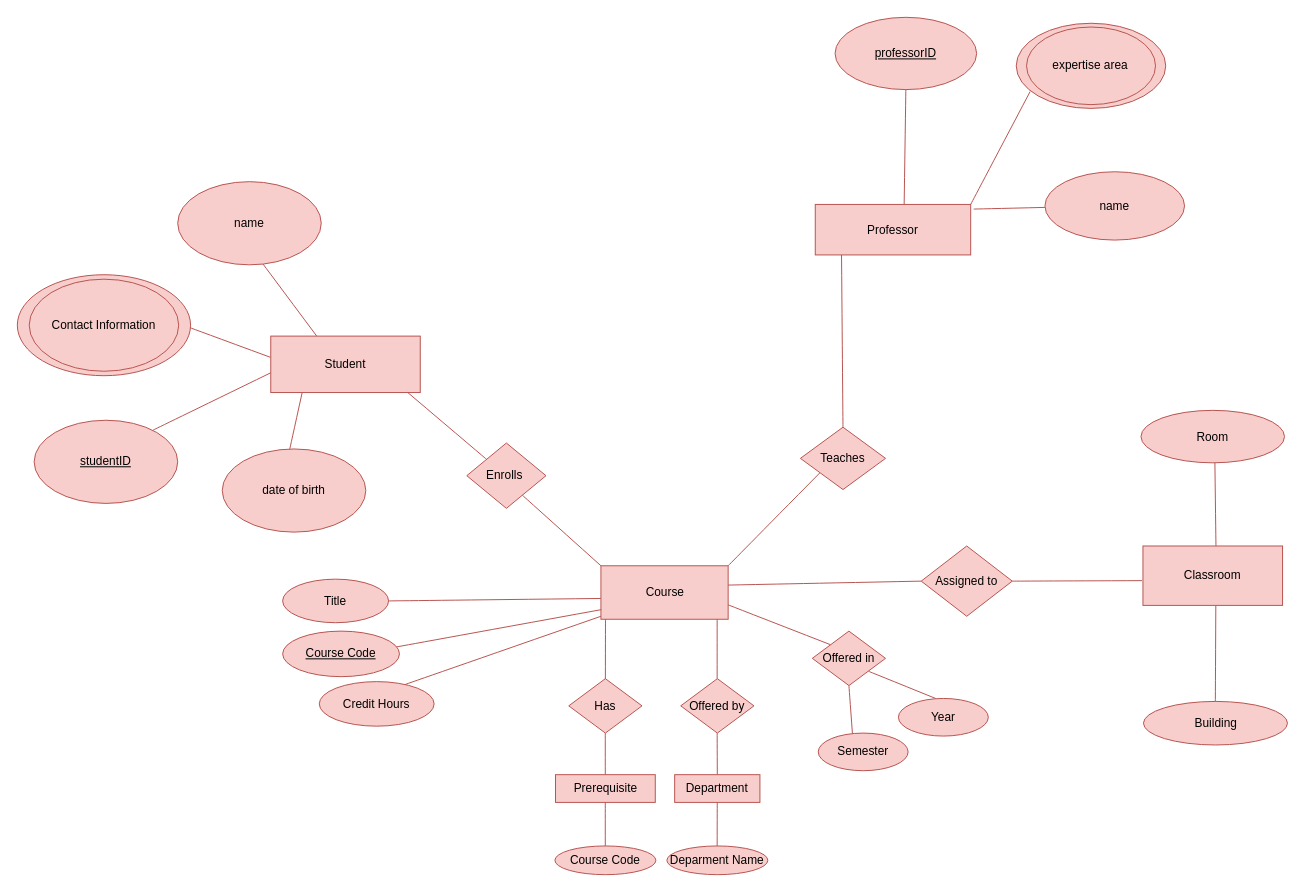
Gkcoli/Coli keeps this draw.io diagram as ER Diagram.drawio. Above is the earlier version. Source tidied: cells renumbered, new cells numbered last; positions are measured from the earlier drawing's top-left corner, leaving out a move shared by most shapes. Both pictures are drawn from the tidied source at 99%, with x=0, y=0 at pixel (17, 17).
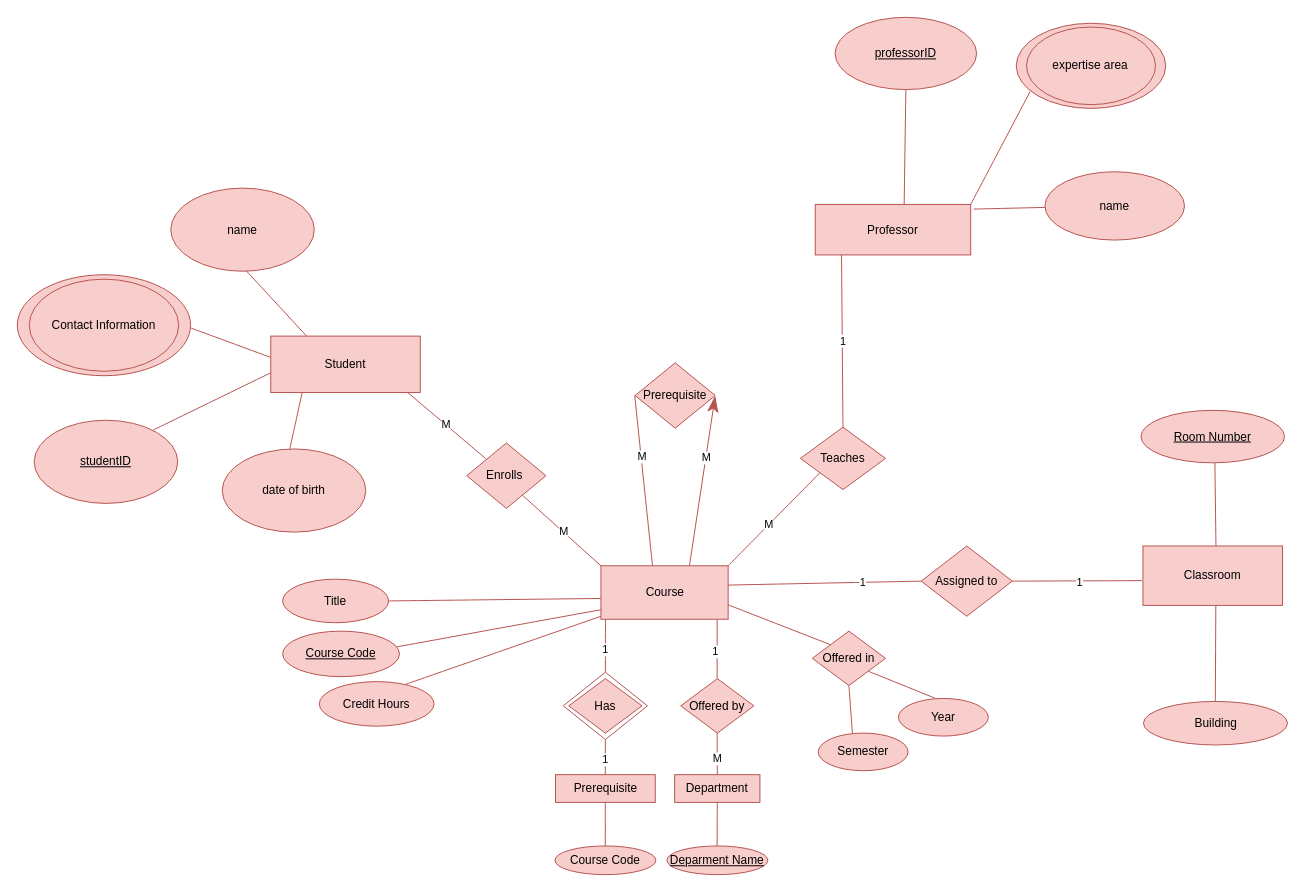
Above is the later version.

The change refers to these unchanged cells:
```xml
<mxCell id="5" value="Student" style="rounded=0;whiteSpace=wrap;html=1;fillColor=#f8cecc;strokeColor=#b85450;" parent="1" vertex="1">
  <mxGeometry x="256" y="322" width="151" height="57" as="geometry" />
</mxCell>
<mxCell id="7" value="Course" style="rounded=0;whiteSpace=wrap;html=1;fillColor=#f8cecc;strokeColor=#b85450;" parent="1" vertex="1">
  <mxGeometry x="589.5" y="554" width="128.5" height="54" as="geometry" />
</mxCell>
<mxCell id="8" style="edgeStyle=none;jettySize=auto;html=1;rounded=0;endArrow=none;startSize=14;endSize=14;sourcePerimeterSpacing=8;targetPerimeterSpacing=8;curved=1;endFill=0;exitX=1;exitY=0;exitDx=0;exitDy=0;entryX=0.228;entryY=0.732;entryDx=0;entryDy=0;entryPerimeter=0;fillColor=#f8cecc;strokeColor=#b85450;" parent="1" edge="1" source="7" target="9">
  <mxGeometry relative="1" as="geometry" />
</mxCell>
<mxCell id="10" style="edgeStyle=none;jettySize=auto;html=1;rounded=0;endArrow=none;startSize=14;endSize=14;sourcePerimeterSpacing=8;targetPerimeterSpacing=8;curved=1;exitX=0.5;exitY=0;exitDx=0;exitDy=0;endFill=0;entryX=0.169;entryY=0.995;entryDx=0;entryDy=0;entryPerimeter=0;fillColor=#f8cecc;strokeColor=#b85450;" parent="1" edge="1" source="9" target="11">
  <mxGeometry relative="1" as="geometry" />
</mxCell>
<mxCell id="12" style="edgeStyle=none;jettySize=auto;html=1;rounded=0;endArrow=none;startSize=14;endSize=14;sourcePerimeterSpacing=8;targetPerimeterSpacing=8;curved=1;endFill=0;exitX=1;exitY=0.361;exitDx=0;exitDy=0;entryX=0;entryY=0.5;entryDx=0;entryDy=0;exitPerimeter=0;fillColor=#f8cecc;strokeColor=#b85450;" parent="1" edge="1" source="7" target="13">
  <mxGeometry relative="1" as="geometry" />
</mxCell>
<mxCell id="21" style="edgeStyle=none;curved=1;rounded=0;jettySize=auto;html=1;endArrow=none;startSize=14;endSize=14;sourcePerimeterSpacing=8;targetPerimeterSpacing=8;endFill=0;exitX=1;exitY=0.5;exitDx=0;exitDy=0;fillColor=#f8cecc;strokeColor=#b85450;" parent="1" edge="1" source="13">
  <mxGeometry relative="1" as="geometry">
    <mxPoint x="1136" y="569" as="targetPoint" />
  </mxGeometry>
</mxCell>
<mxCell id="27" style="edgeStyle=none;jettySize=auto;html=1;rounded=0;endArrow=none;startSize=14;endSize=14;sourcePerimeterSpacing=8;targetPerimeterSpacing=8;curved=1;exitX=0.702;exitY=0.799;exitDx=0;exitDy=0;exitPerimeter=0;entryX=0;entryY=0;entryDx=0;entryDy=0;endFill=0;fillColor=#f8cecc;strokeColor=#b85450;" parent="1" edge="1" source="6" target="7">
  <mxGeometry relative="1" as="geometry" />
</mxCell>
<mxCell id="28" style="edgeStyle=none;jettySize=auto;html=1;rounded=0;endArrow=none;startSize=14;endSize=14;sourcePerimeterSpacing=8;targetPerimeterSpacing=8;curved=1;entryX=0.916;entryY=0.999;entryDx=0;entryDy=0;entryPerimeter=0;exitX=0;exitY=0;exitDx=0;exitDy=0;endFill=0;fillColor=#f8cecc;strokeColor=#b85450;" parent="1" edge="1" source="6" target="5">
  <mxGeometry relative="1" as="geometry" />
</mxCell>
<mxCell id="56" style="edgeStyle=none;orthogonalLoop=1;jettySize=auto;html=1;rounded=0;endArrow=none;startSize=14;endSize=14;sourcePerimeterSpacing=8;targetPerimeterSpacing=8;curved=1;endFill=0;fillColor=#f8cecc;strokeColor=#b85450;entryX=0.5;entryY=0;entryDx=0;entryDy=0;" parent="1" edge="1">
  <mxGeometry relative="1" as="geometry">
    <mxPoint x="706.9" y="608" as="sourcePoint" />
    <mxPoint x="706.9" y="668" as="targetPoint" />
  </mxGeometry>
</mxCell>
<mxCell id="57" style="edgeStyle=none;jettySize=auto;html=1;rounded=0;endArrow=none;startSize=14;endSize=14;sourcePerimeterSpacing=8;targetPerimeterSpacing=8;curved=1;endFill=0;fillColor=#f8cecc;strokeColor=#b85450;entryX=0.5;entryY=0;entryDx=0;entryDy=0;" parent="1" edge="1" target="58">
  <mxGeometry relative="1" as="geometry">
    <mxPoint x="706.9" y="723" as="sourcePoint" />
  </mxGeometry>
</mxCell>
```

Diff of the diagram source:
```diff
@@
     <mxCell id="3" value="name" style="ellipse;whiteSpace=wrap;html=1;fillColor=#f8cecc;strokeColor=#b85450;" parent="1" vertex="1">
-      <mxGeometry x="162" y="166" width="145" height="84" as="geometry" />
+      <mxGeometry x="155" y="172.5" width="145" height="84" as="geometry" />
     </mxCell>
@@
+    <mxCell id="61" value="M" style="edgeLabel;html=1;align=center;verticalAlign=middle;" parent="8" vertex="1">
+      <mxGeometry x="-0.1" y="1" relative="1" as="geometry" />
+    </mxCell>
@@
+    <mxCell id="62" value="1" style="edgeLabel;html=1;align=center;verticalAlign=middle;" parent="10" vertex="1">
+      <mxGeometry x="0.01" relative="1" as="geometry" />
+    </mxCell>
@@
+    <mxCell id="63" value="1" style="edgeLabel;html=1;align=center;verticalAlign=middle;" parent="12" vertex="1">
+      <mxGeometry x="0.39" relative="1" as="geometry" />
+    </mxCell>
@@
-    <mxCell id="17" style="edgeStyle=none;jettySize=auto;html=1;rounded=0;endArrow=none;startSize=14;endSize=14;sourcePerimeterSpacing=8;targetPerimeterSpacing=8;curved=1;endFill=0;exitX=0.594;exitY=0.99;exitDx=0;exitDy=0;exitPerimeter=0;entryX=0.307;entryY=-0.002;entryDx=0;entryDy=0;entryPerimeter=0;fillColor=#f8cecc;strokeColor=#b85450;" parent="1" edge="1" source="3" target="5">
-      <mxGeometry relative="1" as="geometry" />
+    <mxCell id="17" style="edgeStyle=none;orthogonalLoop=1;jettySize=auto;html=1;rounded=0;endArrow=none;startSize=14;endSize=14;sourcePerimeterSpacing=8;targetPerimeterSpacing=8;curved=1;endFill=0;exitX=0.594;exitY=0.99;exitDx=0;exitDy=0;exitPerimeter=0;entryX=0.307;entryY=-0.002;entryDx=0;entryDy=0;entryPerimeter=0;fillColor=#f8cecc;strokeColor=#b85450;" parent="1" edge="1">
+      <mxGeometry relative="1" as="geometry">
+        <mxPoint x="231" y="255.8" as="sourcePoint" />
+        <mxPoint x="292.2" y="322" as="targetPoint" />
+      </mxGeometry>
     </mxCell>
@@
+    <mxCell id="64" value="1" style="edgeLabel;html=1;align=center;verticalAlign=middle;" parent="21" vertex="1">
+      <mxGeometry x="0.02" y="-1" relative="1" as="geometry" />
+    </mxCell>
@@
-    <mxCell id="25" value="Room" style="ellipse;whiteSpace=wrap;html=1;fillColor=#f8cecc;strokeColor=#b85450;" parent="1" vertex="1">
+    <mxCell id="25" value="&lt;u&gt;Room Number&lt;/u&gt;" style="ellipse;whiteSpace=wrap;html=1;fillColor=#f8cecc;strokeColor=#b85450;" parent="1" vertex="1">
       <mxGeometry x="1135" y="397" width="145" height="53" as="geometry" />
     </mxCell>
@@
+    <mxCell id="65" value="M" style="edgeLabel;html=1;align=center;verticalAlign=middle;" parent="27" vertex="1">
+      <mxGeometry x="0.01" y="1" relative="1" as="geometry" />
+    </mxCell>
@@
+    <mxCell id="66" value="M" style="edgeLabel;html=1;align=center;verticalAlign=middle;" parent="28" vertex="1">
+      <mxGeometry x="0.06" y="-1" relative="1" as="geometry" />
+    </mxCell>
@@
-    <mxCell id="49" style="edgeStyle=none;orthogonalLoop=1;jettySize=auto;html=1;rounded=0;endArrow=none;startSize=14;endSize=14;sourcePerimeterSpacing=8;targetPerimeterSpacing=8;curved=1;endFill=0;fillColor=#f8cecc;strokeColor=#b85450;" parent="1" edge="1">
+    <mxCell id="49" style="edgeStyle=none;jettySize=auto;html=1;rounded=0;endArrow=none;startSize=14;endSize=14;sourcePerimeterSpacing=8;targetPerimeterSpacing=8;curved=1;endFill=0;fillColor=#f8cecc;strokeColor=#b85450;entryX=0.5;entryY=0;entryDx=0;entryDy=0;" parent="1" edge="1" target="71">
       <mxGeometry relative="1" as="geometry">
         <mxPoint x="594.1" y="608" as="sourcePoint" />
-        <mxPoint x="594" y="670" as="targetPoint" />
       </mxGeometry>
     </mxCell>
+    <mxCell id="67" value="1" style="edgeLabel;html=1;align=center;verticalAlign=middle;" parent="49" vertex="1">
+      <mxGeometry x="0.15" y="-1" relative="1" as="geometry" />
+    </mxCell>
-    <mxCell id="50" style="edgeStyle=none;curved=1;rounded=0;orthogonalLoop=1;jettySize=auto;html=1;endArrow=none;startSize=14;endSize=14;sourcePerimeterSpacing=8;targetPerimeterSpacing=8;endFill=0;fillColor=#f8cecc;strokeColor=#b85450;" parent="1" edge="1">
+    <mxCell id="50" style="edgeStyle=none;curved=1;rounded=0;jettySize=auto;html=1;endArrow=none;startSize=14;endSize=14;sourcePerimeterSpacing=8;targetPerimeterSpacing=8;endFill=0;fillColor=#f8cecc;strokeColor=#b85450;exitX=0.5;exitY=1;exitDx=0;exitDy=0;" parent="1" edge="1" source="71">
       <mxGeometry relative="1" as="geometry">
-        <mxPoint x="593.9" y="723" as="sourcePoint" />
         <mxPoint x="593.9" y="767" as="targetPoint" />
       </mxGeometry>
     </mxCell>
+    <mxCell id="68" value="1" style="edgeLabel;html=1;align=center;verticalAlign=middle;" parent="50" vertex="1">
+      <mxGeometry x="0.04" relative="1" as="geometry" />
+    </mxCell>
@@
+    <mxCell id="69" value="1" style="edgeLabel;html=1;align=center;verticalAlign=middle;" parent="56" vertex="1">
+      <mxGeometry x="0.08" y="-2" relative="1" as="geometry" />
+    </mxCell>
@@
+    <mxCell id="70" value="M" style="edgeLabel;html=1;align=center;verticalAlign=middle;" parent="57" vertex="1">
+      <mxGeometry x="0.26" relative="1" as="geometry" />
+    </mxCell>
@@
-    <mxCell id="60" value="Deparment Name" style="ellipse;whiteSpace=wrap;html=1;fillColor=#f8cecc;strokeColor=#b85450;" parent="1" vertex="1">
+    <mxCell id="60" value="Deparment Name" style="ellipse;whiteSpace=wrap;html=1;fillColor=#f8cecc;strokeColor=#b85450;fontStyle=4;" parent="1" vertex="1">
       <mxGeometry x="656.1" y="837" width="102" height="29" as="geometry" />
     </mxCell>
+    <mxCell id="71" style="rhombus;whiteSpace=wrap;html=1;rounded=0;fillColor=none;strokeColor=#b85450;" parent="1" vertex="1">
+      <mxGeometry x="551.5" y="661.5" width="85" height="68" as="geometry" />
+    </mxCell>
+    <mxCell id="72" value="Prerequisite" style="rhombus;whiteSpace=wrap;html=1;rounded=0;fillColor=#f8cecc;strokeColor=#b85450;" parent="1" vertex="1">
+      <mxGeometry x="624" y="349" width="81" height="66" as="geometry" />
+    </mxCell>
+    <mxCell id="73" style="edgeStyle=none;jettySize=auto;html=1;rounded=0;endArrow=classicThin;startSize=14;endSize=14;sourcePerimeterSpacing=8;targetPerimeterSpacing=8;curved=1;endFill=1;fillColor=#f8cecc;strokeColor=#b85450;exitX=0.696;exitY=-0.004;exitDx=0;exitDy=0;exitPerimeter=0;entryX=0.999;entryY=0.506;entryDx=0;entryDy=0;entryPerimeter=0;" parent="1" edge="1" source="7" target="72">
+      <mxGeometry relative="1" as="geometry" />
+    </mxCell>
+    <mxCell id="74" value="M" style="edgeLabel;html=1;align=center;verticalAlign=middle;" parent="73" vertex="1">
+      <mxGeometry x="0.28" relative="1" as="geometry" />
+    </mxCell>
+    <mxCell id="75" style="edgeStyle=none;jettySize=auto;html=1;rounded=0;endArrow=none;startSize=14;endSize=14;sourcePerimeterSpacing=8;targetPerimeterSpacing=8;curved=1;entryX=-0.005;entryY=0.498;entryDx=0;entryDy=0;fillColor=#f8cecc;strokeColor=#b85450;endFill=0;exitX=0.406;exitY=-0.007;exitDx=0;exitDy=0;exitPerimeter=0;entryPerimeter=0;" parent="1" edge="1" target="72">
+      <mxGeometry relative="1" as="geometry">
+        <mxPoint x="641.6" y="554" as="sourcePoint" />
+      </mxGeometry>
+    </mxCell>
+    <mxCell id="76" value="M" style="edgeLabel;html=1;align=center;verticalAlign=middle;" parent="75" vertex="1">
+      <mxGeometry x="0.28" relative="1" as="geometry" />
+    </mxCell>
```
